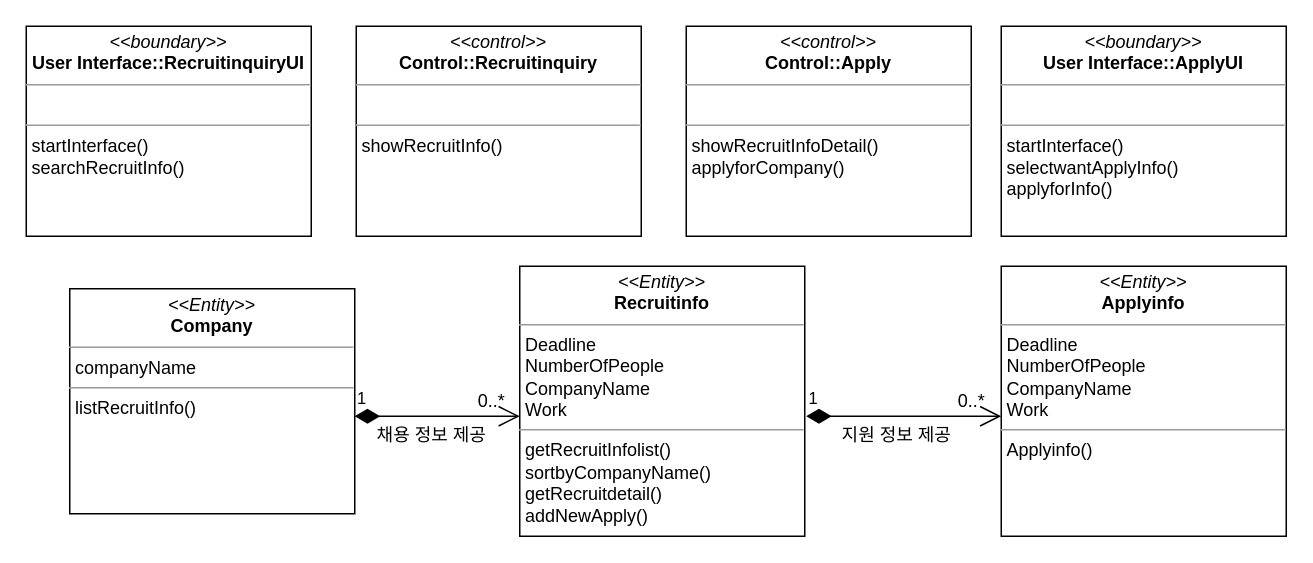
Before: Taemin/analysis_diagram_B811045김태민_과제2.drawio in KimTaemin-Git/SE2, a draw.io diagram. Source tidied: cells renumbered, new cells numbered last; positions are measured from the earlier drawing's top-left corner, leaving out a move shared by most shapes. Both pictures are drawn from the tidied source at 150%, with x=0, y=0 at pixel (26, 26).
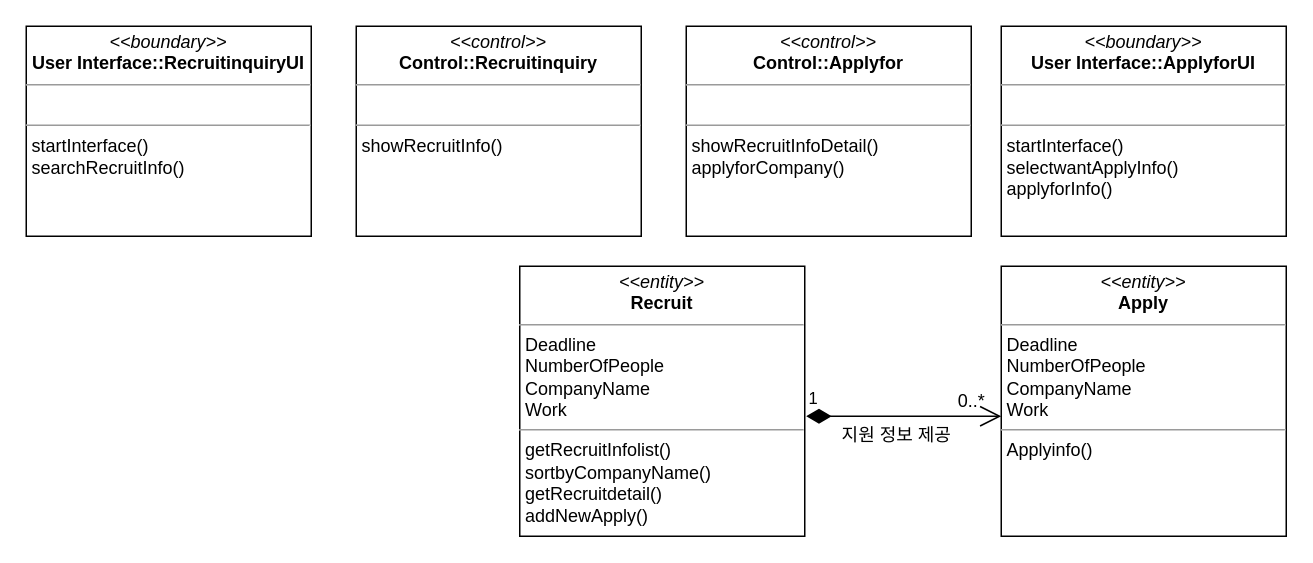
The same diagram, later.

Commit message:
analysis_diagram_B811045김태민_과제2.drawio 업데이트

What changed in the source:
```diff
@@
 <mxGraphModel>
   <root>
     <mxCell id="0" />
     <mxCell id="1" parent="0" />
     <mxCell id="2" value="0..*" style="text;html=1;align=center;verticalAlign=middle;strokeColor=none;fillColor=none;" parent="1" vertex="1">
       <mxGeometry x="610" y="235" width="40" height="30" as="geometry" />
     </mxCell>
     <mxCell id="3" value="지원 정보 제공" style="text;html=1;align=center;verticalAlign=middle;strokeColor=none;fillColor=none;" parent="1" vertex="1">
       <mxGeometry x="530" y="258" width="100" height="30" as="geometry" />
     </mxCell>
     <mxCell id="4" value="&lt;p style=&quot;margin:0px;margin-top:4px;text-align:center;&quot;&gt;&lt;i&gt;&amp;lt;&amp;lt;boundary&amp;gt;&amp;gt;&lt;/i&gt;&lt;br&gt;&lt;b&gt;User Interface::RecruitinquiryUI&lt;/b&gt;&lt;/p&gt;&lt;hr size=&quot;1&quot;&gt;&lt;p style=&quot;margin:0px;margin-left:4px;&quot;&gt;&lt;br&gt;&lt;/p&gt;&lt;hr size=&quot;1&quot;&gt;&lt;p style=&quot;margin:0px;margin-left:4px;&quot;&gt;startInterface()&lt;/p&gt;&lt;p style=&quot;margin:0px;margin-left:4px;&quot;&gt;searchRecruitInfo()&lt;/p&gt;" style="verticalAlign=top;align=left;overflow=fill;fontSize=12;fontFamily=Helvetica;html=1;whiteSpace=wrap;" parent="1" vertex="1">
       <mxGeometry width="190" height="140" as="geometry" />
     </mxCell>
     <mxCell id="5" value="&lt;p style=&quot;margin:0px;margin-top:4px;text-align:center;&quot;&gt;&lt;i&gt;&amp;lt;&amp;lt;control&amp;gt;&amp;gt;&lt;/i&gt;&lt;br&gt;&lt;b&gt;Control::Recruitinquiry&lt;/b&gt;&lt;/p&gt;&lt;hr size=&quot;1&quot;&gt;&lt;p style=&quot;margin:0px;margin-left:4px;&quot;&gt;&lt;br&gt;&lt;/p&gt;&lt;hr size=&quot;1&quot;&gt;&lt;p style=&quot;margin:0px;margin-left:4px;&quot;&gt;showRecruitInfo()&lt;/p&gt;" style="verticalAlign=top;align=left;overflow=fill;fontSize=12;fontFamily=Helvetica;html=1;whiteSpace=wrap;" parent="1" vertex="1">
       <mxGeometry x="220" width="190" height="140" as="geometry" />
     </mxCell>
-    <mxCell id="6" value="채용 정보 제공" style="text;html=1;align=center;verticalAlign=middle;strokeColor=none;fillColor=none;" parent="1" vertex="1">
-      <mxGeometry x="220" y="258" width="100" height="30" as="geometry" />
-    </mxCell>
-    <mxCell id="7" value="0..*" style="text;html=1;align=center;verticalAlign=middle;strokeColor=none;fillColor=none;" parent="1" vertex="1">
-      <mxGeometry x="290" y="235" width="40" height="30" as="geometry" />
-    </mxCell>
-    <mxCell id="8" value="&lt;p style=&quot;margin:0px;margin-top:4px;text-align:center;&quot;&gt;&lt;i&gt;&amp;lt;&amp;lt;control&amp;gt;&amp;gt;&lt;/i&gt;&lt;br&gt;&lt;b&gt;Control::Apply&lt;/b&gt;&lt;/p&gt;&lt;hr size=&quot;1&quot;&gt;&lt;p style=&quot;margin:0px;margin-left:4px;&quot;&gt;&lt;br&gt;&lt;/p&gt;&lt;hr size=&quot;1&quot;&gt;&lt;p style=&quot;margin:0px;margin-left:4px;&quot;&gt;showRecruitInfoDetail()&lt;/p&gt;&lt;p style=&quot;margin:0px;margin-left:4px;&quot;&gt;applyforCompany()&lt;/p&gt;" style="verticalAlign=top;align=left;overflow=fill;fontSize=12;fontFamily=Helvetica;html=1;whiteSpace=wrap;" parent="1" vertex="1">
+    <mxCell id="8" value="&lt;p style=&quot;margin:0px;margin-top:4px;text-align:center;&quot;&gt;&lt;i&gt;&amp;lt;&amp;lt;control&amp;gt;&amp;gt;&lt;/i&gt;&lt;br&gt;&lt;b&gt;Control::Applyfor&lt;/b&gt;&lt;/p&gt;&lt;hr size=&quot;1&quot;&gt;&lt;p style=&quot;margin:0px;margin-left:4px;&quot;&gt;&lt;br&gt;&lt;/p&gt;&lt;hr size=&quot;1&quot;&gt;&lt;p style=&quot;margin:0px;margin-left:4px;&quot;&gt;showRecruitInfoDetail()&lt;/p&gt;&lt;p style=&quot;margin:0px;margin-left:4px;&quot;&gt;applyforCompany()&lt;/p&gt;" style="verticalAlign=top;align=left;overflow=fill;fontSize=12;fontFamily=Helvetica;html=1;whiteSpace=wrap;" parent="1" vertex="1">
       <mxGeometry x="440" width="190" height="140" as="geometry" />
     </mxCell>
-    <mxCell id="9" value="&lt;p style=&quot;margin:0px;margin-top:4px;text-align:center;&quot;&gt;&lt;i&gt;&amp;lt;&amp;lt;boundary&amp;gt;&amp;gt;&lt;/i&gt;&lt;br&gt;&lt;b&gt;User Interface::ApplyUI&lt;/b&gt;&lt;/p&gt;&lt;hr size=&quot;1&quot;&gt;&lt;p style=&quot;margin:0px;margin-left:4px;&quot;&gt;&lt;br&gt;&lt;/p&gt;&lt;hr size=&quot;1&quot;&gt;&lt;p style=&quot;margin:0px;margin-left:4px;&quot;&gt;startInterface()&lt;/p&gt;&lt;p style=&quot;margin:0px;margin-left:4px;&quot;&gt;selectwantApplyInfo()&lt;/p&gt;&lt;p style=&quot;margin:0px;margin-left:4px;&quot;&gt;applyforInfo()&lt;/p&gt;" style="verticalAlign=top;align=left;overflow=fill;fontSize=12;fontFamily=Helvetica;html=1;whiteSpace=wrap;" parent="1" vertex="1">
+    <mxCell id="9" value="&lt;p style=&quot;margin:0px;margin-top:4px;text-align:center;&quot;&gt;&lt;i&gt;&amp;lt;&amp;lt;boundary&amp;gt;&amp;gt;&lt;/i&gt;&lt;br&gt;&lt;b&gt;User Interface::ApplyforUI&lt;/b&gt;&lt;/p&gt;&lt;hr size=&quot;1&quot;&gt;&lt;p style=&quot;margin:0px;margin-left:4px;&quot;&gt;&lt;br&gt;&lt;/p&gt;&lt;hr size=&quot;1&quot;&gt;&lt;p style=&quot;margin:0px;margin-left:4px;&quot;&gt;startInterface()&lt;/p&gt;&lt;p style=&quot;margin:0px;margin-left:4px;&quot;&gt;selectwantApplyInfo()&lt;/p&gt;&lt;p style=&quot;margin:0px;margin-left:4px;&quot;&gt;applyforInfo()&lt;/p&gt;" style="verticalAlign=top;align=left;overflow=fill;fontSize=12;fontFamily=Helvetica;html=1;whiteSpace=wrap;" parent="1" vertex="1">
       <mxGeometry x="650" width="190" height="140" as="geometry" />
     </mxCell>
     <mxCell id="10" value="1" style="endArrow=open;html=1;endSize=12;startArrow=diamondThin;startSize=14;startFill=1;edgeStyle=orthogonalEdgeStyle;align=left;verticalAlign=bottom;rounded=0;" parent="1" edge="1">
       <mxGeometry x="-1" y="3" relative="1" as="geometry">
         <mxPoint x="520" y="260" as="sourcePoint" />
         <mxPoint x="650" y="260" as="targetPoint" />
       </mxGeometry>
     </mxCell>
-    <mxCell id="11" value="&lt;p style=&quot;margin:0px;margin-top:4px;text-align:center;&quot;&gt;&lt;i&gt;&amp;lt;&amp;lt;Entity&amp;gt;&amp;gt;&lt;/i&gt;&lt;br&gt;&lt;b&gt;Applyinfo&lt;/b&gt;&lt;/p&gt;&lt;hr size=&quot;1&quot;&gt;&lt;p style=&quot;margin:0px;margin-left:4px;&quot;&gt;Deadline&lt;/p&gt;&lt;p style=&quot;margin:0px;margin-left:4px;&quot;&gt;NumberOfPeople&lt;/p&gt;&lt;p style=&quot;margin:0px;margin-left:4px;&quot;&gt;CompanyName&lt;/p&gt;&lt;p style=&quot;margin:0px;margin-left:4px;&quot;&gt;Work&lt;/p&gt;&lt;hr size=&quot;1&quot;&gt;&lt;p style=&quot;margin:0px;margin-left:4px;&quot;&gt;Applyinfo()&lt;/p&gt;" style="verticalAlign=top;align=left;overflow=fill;fontSize=12;fontFamily=Helvetica;html=1;whiteSpace=wrap;" parent="1" vertex="1">
+    <mxCell id="11" value="&lt;p style=&quot;margin:0px;margin-top:4px;text-align:center;&quot;&gt;&lt;i&gt;&amp;lt;&amp;lt;entity&amp;gt;&amp;gt;&lt;/i&gt;&lt;br&gt;&lt;b&gt;Apply&lt;/b&gt;&lt;/p&gt;&lt;hr size=&quot;1&quot;&gt;&lt;p style=&quot;margin:0px;margin-left:4px;&quot;&gt;Deadline&lt;/p&gt;&lt;p style=&quot;margin:0px;margin-left:4px;&quot;&gt;NumberOfPeople&lt;/p&gt;&lt;p style=&quot;margin:0px;margin-left:4px;&quot;&gt;CompanyName&lt;/p&gt;&lt;p style=&quot;margin:0px;margin-left:4px;&quot;&gt;Work&lt;/p&gt;&lt;hr size=&quot;1&quot;&gt;&lt;p style=&quot;margin:0px;margin-left:4px;&quot;&gt;Applyinfo()&lt;/p&gt;" style="verticalAlign=top;align=left;overflow=fill;fontSize=12;fontFamily=Helvetica;html=1;whiteSpace=wrap;" parent="1" vertex="1">
       <mxGeometry x="650" y="160" width="190" height="180" as="geometry" />
     </mxCell>
-    <mxCell id="12" value="1" style="endArrow=open;html=1;endSize=12;startArrow=diamondThin;startSize=14;startFill=1;edgeStyle=orthogonalEdgeStyle;align=left;verticalAlign=bottom;rounded=0;" parent="1" edge="1">
-      <mxGeometry x="-1" y="3" relative="1" as="geometry">
-        <mxPoint x="219" y="260" as="sourcePoint" />
-        <mxPoint x="329" y="260" as="targetPoint" />
-      </mxGeometry>
-    </mxCell>
-    <mxCell id="13" value="&lt;p style=&quot;margin:0px;margin-top:4px;text-align:center;&quot;&gt;&lt;i&gt;&amp;lt;&amp;lt;Entity&amp;gt;&amp;gt;&lt;/i&gt;&lt;br&gt;&lt;b&gt;Company&lt;/b&gt;&lt;/p&gt;&lt;hr size=&quot;1&quot;&gt;&lt;p style=&quot;margin:0px;margin-left:4px;&quot;&gt;companyName&lt;/p&gt;&lt;hr size=&quot;1&quot;&gt;&lt;p style=&quot;margin:0px;margin-left:4px;&quot;&gt;&lt;span style=&quot;background-color: initial;&quot;&gt;listRecruitInfo()&lt;/span&gt;&lt;br&gt;&lt;/p&gt;" style="verticalAlign=top;align=left;overflow=fill;fontSize=12;fontFamily=Helvetica;html=1;whiteSpace=wrap;" parent="1" vertex="1">
-      <mxGeometry x="29" y="175" width="190" height="150" as="geometry" />
-    </mxCell>
-    <mxCell id="14" value="&lt;p style=&quot;margin:0px;margin-top:4px;text-align:center;&quot;&gt;&lt;i&gt;&amp;lt;&amp;lt;Entity&amp;gt;&amp;gt;&lt;/i&gt;&lt;br&gt;&lt;b&gt;Recruitinfo&lt;/b&gt;&lt;/p&gt;&lt;hr size=&quot;1&quot;&gt;&lt;p style=&quot;margin:0px;margin-left:4px;&quot;&gt;Deadline&lt;/p&gt;&lt;p style=&quot;margin:0px;margin-left:4px;&quot;&gt;NumberOfPeople&lt;/p&gt;&lt;p style=&quot;margin:0px;margin-left:4px;&quot;&gt;CompanyName&lt;/p&gt;&lt;p style=&quot;margin:0px;margin-left:4px;&quot;&gt;Work&lt;/p&gt;&lt;hr size=&quot;1&quot;&gt;&lt;p style=&quot;margin:0px;margin-left:4px;&quot;&gt;getRecruitInfolist()&lt;/p&gt;&lt;p style=&quot;margin:0px;margin-left:4px;&quot;&gt;sortbyCompanyName()&lt;/p&gt;&lt;p style=&quot;margin:0px;margin-left:4px;&quot;&gt;getRecruitdetail()&lt;/p&gt;&lt;p style=&quot;margin:0px;margin-left:4px;&quot;&gt;addNewApply()&lt;/p&gt;" style="verticalAlign=top;align=left;overflow=fill;fontSize=12;fontFamily=Helvetica;html=1;whiteSpace=wrap;" parent="1" vertex="1">
+    <mxCell id="14" value="&lt;p style=&quot;margin:0px;margin-top:4px;text-align:center;&quot;&gt;&lt;i&gt;&amp;lt;&amp;lt;entity&amp;gt;&amp;gt;&lt;/i&gt;&lt;br&gt;&lt;b&gt;Recruit&lt;/b&gt;&lt;/p&gt;&lt;hr size=&quot;1&quot;&gt;&lt;p style=&quot;margin:0px;margin-left:4px;&quot;&gt;Deadline&lt;/p&gt;&lt;p style=&quot;margin:0px;margin-left:4px;&quot;&gt;NumberOfPeople&lt;/p&gt;&lt;p style=&quot;margin:0px;margin-left:4px;&quot;&gt;CompanyName&lt;/p&gt;&lt;p style=&quot;margin:0px;margin-left:4px;&quot;&gt;Work&lt;/p&gt;&lt;hr size=&quot;1&quot;&gt;&lt;p style=&quot;margin:0px;margin-left:4px;&quot;&gt;getRecruitInfolist()&lt;/p&gt;&lt;p style=&quot;margin:0px;margin-left:4px;&quot;&gt;sortbyCompanyName()&lt;/p&gt;&lt;p style=&quot;margin:0px;margin-left:4px;&quot;&gt;getRecruitdetail()&lt;/p&gt;&lt;p style=&quot;margin:0px;margin-left:4px;&quot;&gt;addNewApply()&lt;/p&gt;" style="verticalAlign=top;align=left;overflow=fill;fontSize=12;fontFamily=Helvetica;html=1;whiteSpace=wrap;" parent="1" vertex="1">
       <mxGeometry x="329" y="160" width="190" height="180" as="geometry" />
     </mxCell>
   </root>
 </mxGraphModel>
```
